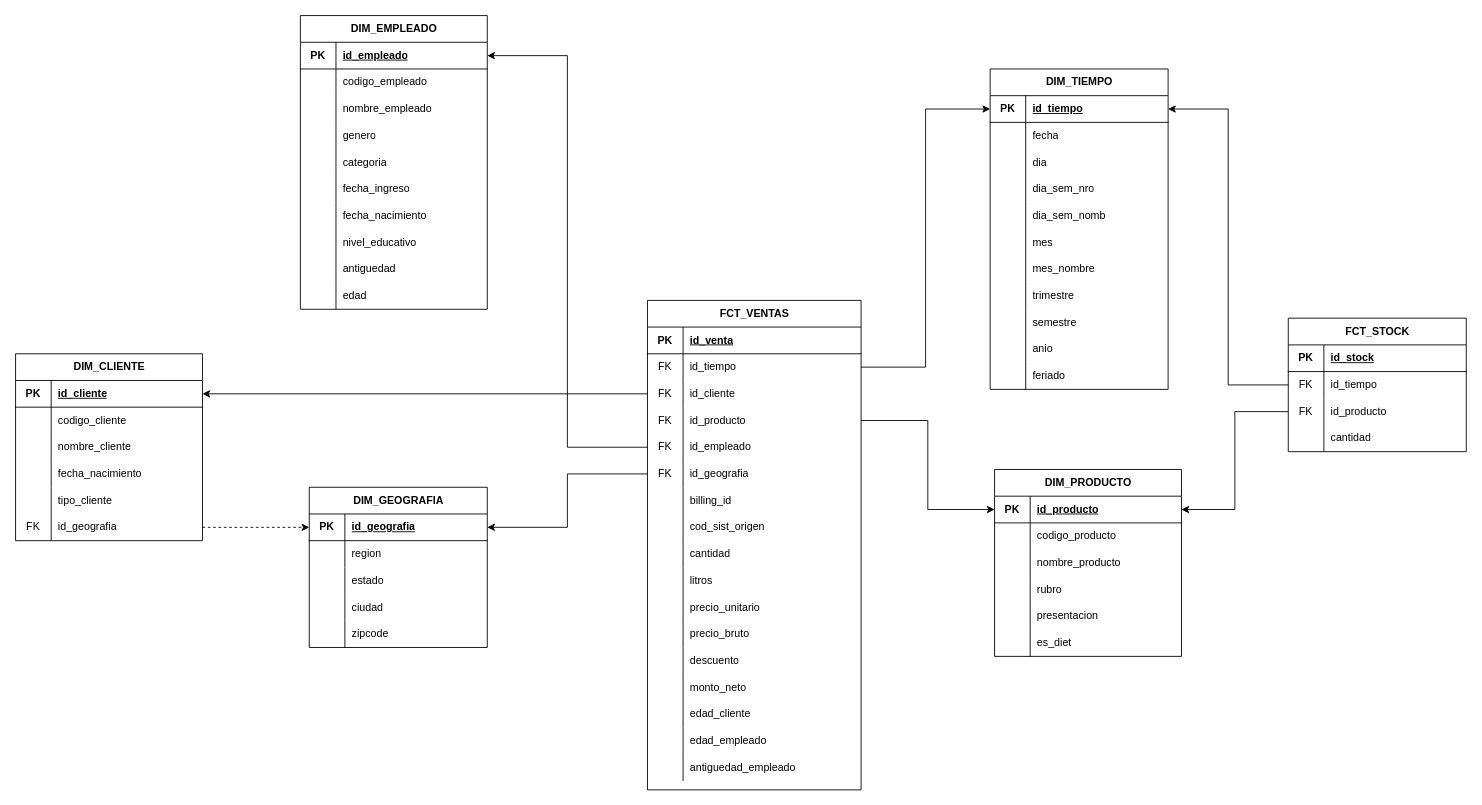
Above: TP/TP_BD2.drawio in Ftedp/BBDD2-TUIA (draw.io), before the change. Source tidied: cells renumbered, new cells numbered last; positions are measured from the earlier drawing's top-left corner, leaving out a move shared by most shapes. Both pictures are drawn from the tidied source at 89%, with x=0, y=0 at pixel (15, 15).
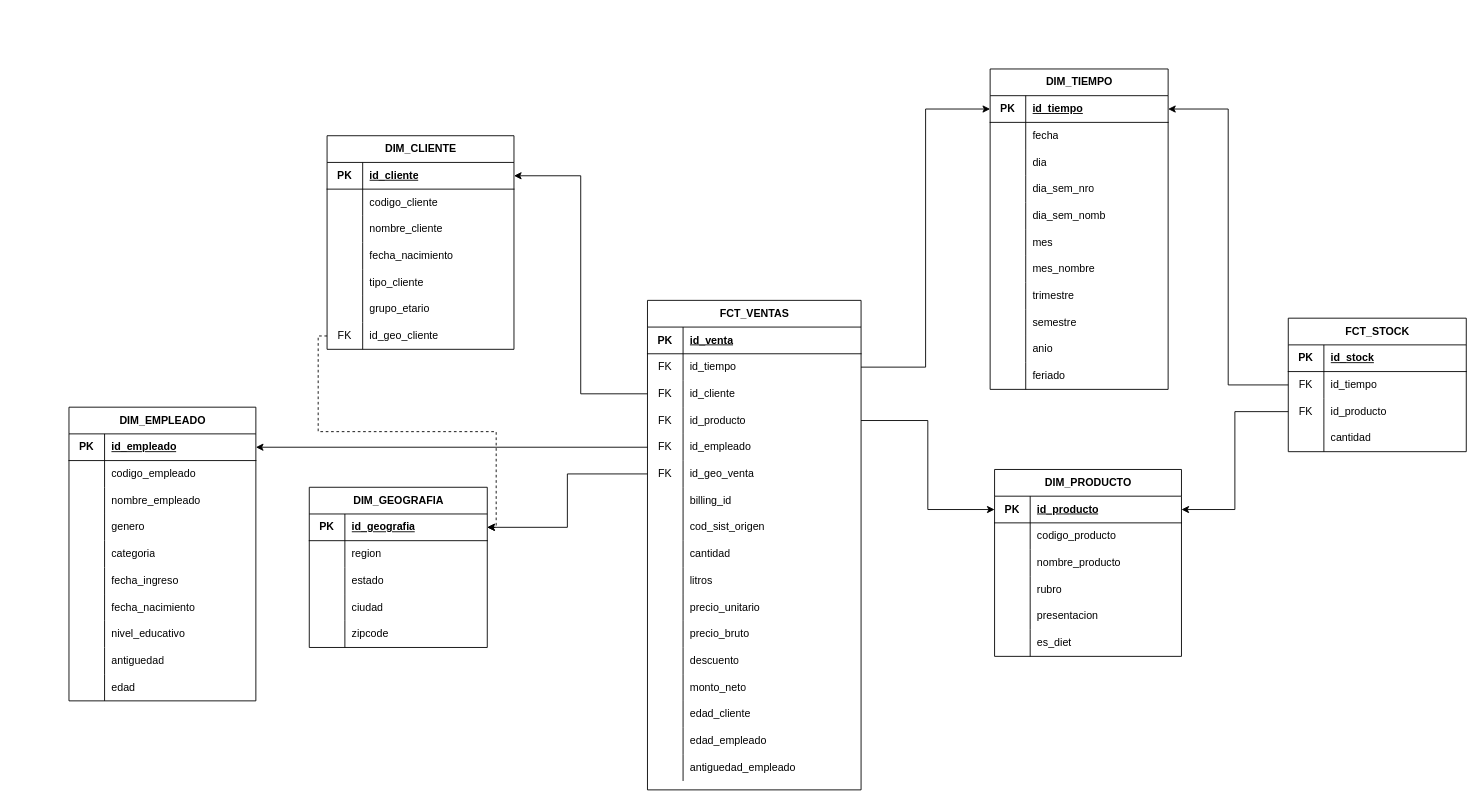
Above is the later version.

Unchanged cells that the change refers to:
```xml
<mxCell id="137" style="shape=tableRow;horizontal=0;startSize=0;swimlaneHead=0;swimlaneBody=0;fillColor=none;points=[[0,0.5],[1,0.5]];portConstraint=eastwest;top=0;left=0;right=0;bottom=0;" parent="121" vertex="1">
  <mxGeometry y="180" width="240" height="30" as="geometry" />
</mxCell>
```

What changed in the source:
```diff
@@
     <mxCell id="36" value="DIM_CLIENTE" style="shape=table;startSize=30;childLayout=tableLayout;rowLines=0;fontStyle=1;align=center;html=1;" parent="1" vertex="1">
-      <mxGeometry y="380" width="210" height="210" as="geometry" />
+      <mxGeometry x="350" y="135" width="210" height="240" as="geometry" />
     </mxCell>
@@
+    <mxCell id="194" style="shape=tableRow;horizontal=0;startSize=0;swimlaneHead=0;swimlaneBody=0;fillColor=none;top=0;left=0;right=0;bottom=0;" parent="36" vertex="1">
+      <mxGeometry y="180" width="210" height="30" as="geometry" />
+    </mxCell>
+    <mxCell id="195" style="shape=partialRectangle;fillColor=none;top=0;left=0;bottom=0;right=0;overflow=hidden;whiteSpace=wrap;html=1;" parent="194" vertex="1">
+      <mxGeometry width="40" height="30" as="geometry" />
+    </mxCell>
+    <mxCell id="196" value="grupo_etario" style="shape=partialRectangle;fillColor=none;top=0;left=0;bottom=0;right=0;align=left;spacingLeft=6;overflow=hidden;whiteSpace=wrap;html=1;" parent="194" vertex="1">
+      <mxGeometry x="40" width="170" height="30" as="geometry" />
+    </mxCell>
     <mxCell id="52" style="shape=tableRow;horizontal=0;startSize=0;swimlaneHead=0;swimlaneBody=0;fillColor=none;points=[[0,0.5],[1,0.5]];portConstraint=eastwest;top=0;left=0;right=0;bottom=0;" parent="36" vertex="1">
-      <mxGeometry y="180" width="210" height="30" as="geometry" />
+      <mxGeometry y="210" width="210" height="30" as="geometry" />
     </mxCell>
@@
-    <mxCell id="54" value="id_geografia" style="shape=partialRectangle;fillColor=none;top=0;left=0;bottom=0;right=0;align=left;spacingLeft=6;overflow=hidden;whiteSpace=wrap;html=1;" parent="52" vertex="1">
+    <mxCell id="54" value="id_geo_cliente" style="shape=partialRectangle;fillColor=none;top=0;left=0;bottom=0;right=0;align=left;spacingLeft=6;overflow=hidden;whiteSpace=wrap;html=1;" parent="52" vertex="1">
       <mxGeometry x="40" width="170" height="30" as="geometry" />
     </mxCell>
@@
     <mxCell id="90" value="DIM_EMPLEADO" style="shape=table;startSize=30;childLayout=tableLayout;rowLines=0;fontStyle=1;align=center;html=1;" parent="1" vertex="1">
-      <mxGeometry x="320" width="210" height="330" as="geometry" />
+      <mxGeometry x="60" y="440" width="210" height="330" as="geometry" />
     </mxCell>
@@
-    <mxCell id="139" value="id_geografia" style="shape=partialRectangle;fillColor=none;top=0;left=0;bottom=0;right=0;align=left;spacingLeft=6;overflow=hidden;whiteSpace=wrap;html=1;" parent="137" vertex="1">
+    <mxCell id="139" value="id_geo_venta" style="shape=partialRectangle;fillColor=none;top=0;left=0;bottom=0;right=0;align=left;spacingLeft=6;overflow=hidden;whiteSpace=wrap;html=1;" parent="137" vertex="1">
       <mxGeometry x="40" width="200" height="30" as="geometry" />
     </mxCell>
```
